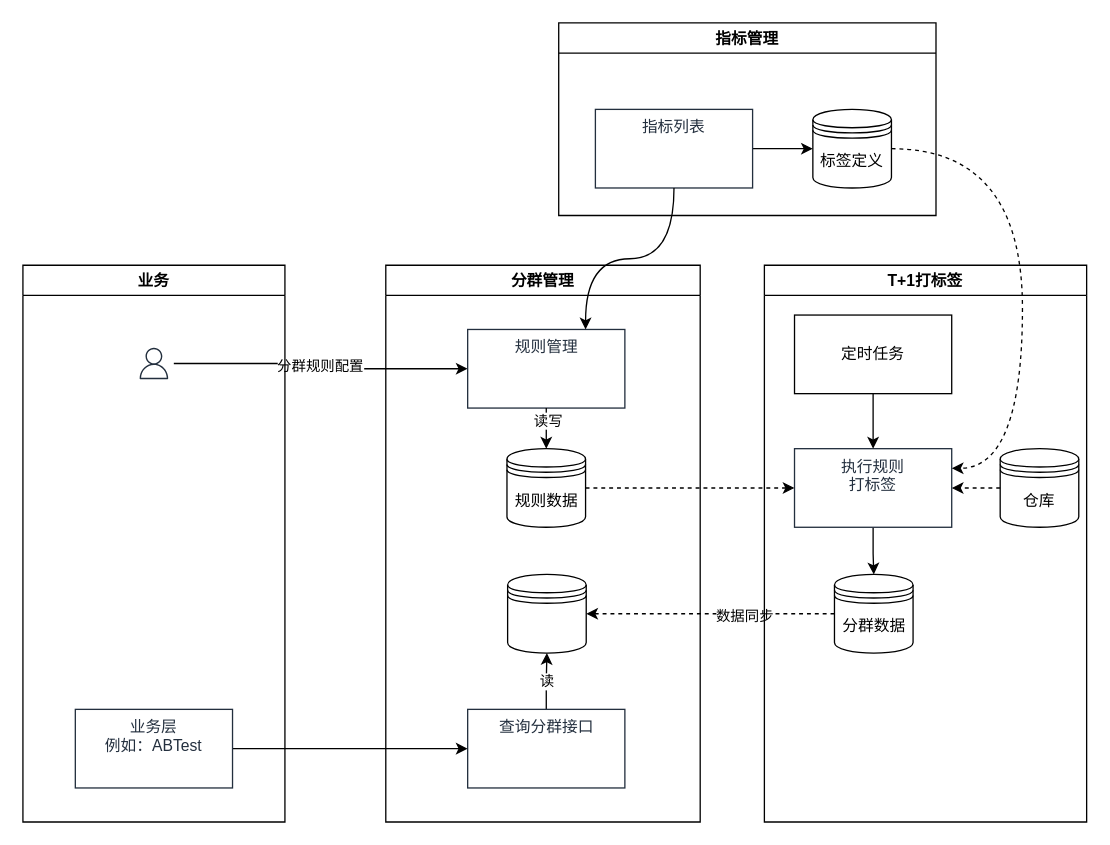
The draw.io diagram page "第 2 页" (1 of 2) of 用户分群.drawio in chenjinying1988/diagrams, before the edit. Source tidied: cells renumbered, new cells numbered last; positions are measured from the earlier drawing's top-left corner, leaving out a move shared by most shapes. Both pictures are drawn from the tidied source at 131%, with x=0, y=0 at pixel (22, 22).
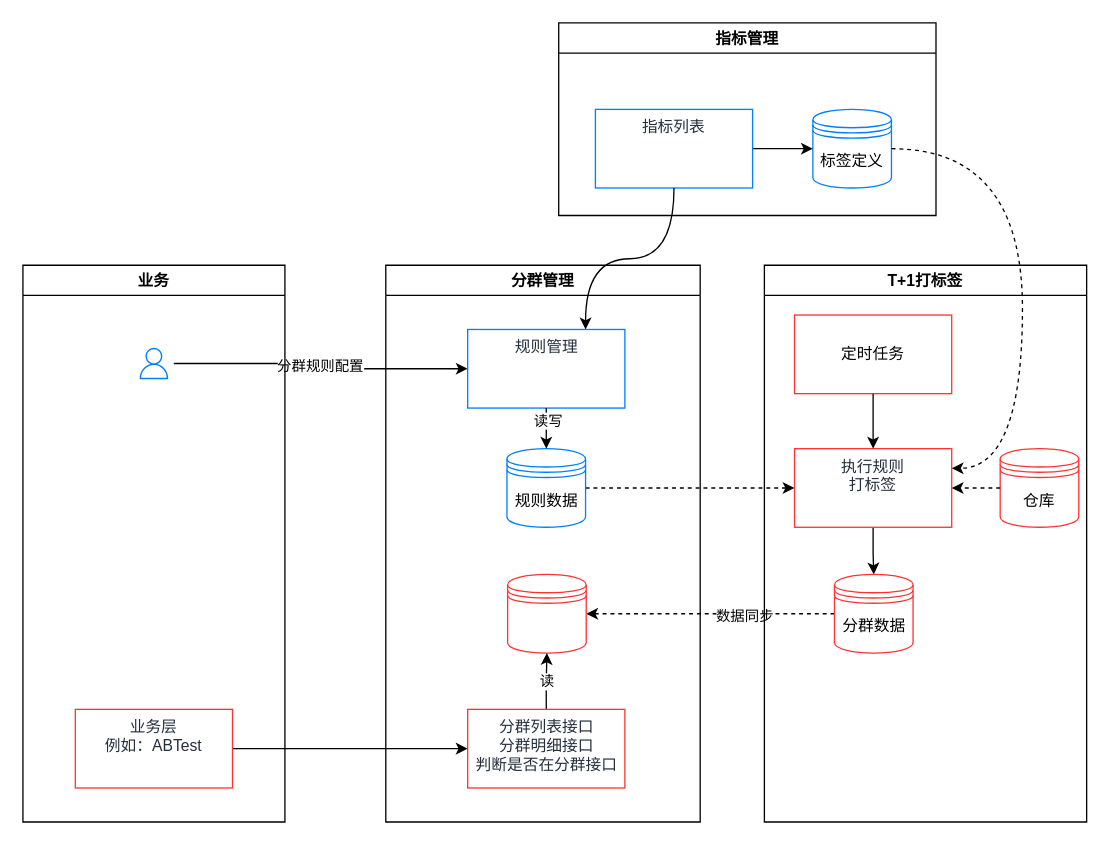
The same diagram, later.

Commit message:
更新用户分群.drawio

The change refers to these unchanged cells:
```xml
<mxCell id="7" value="分群管理" style="swimlane;" parent="1" vertex="1">
  <mxGeometry x="277" y="185" width="240" height="425" as="geometry" />
</mxCell>
<mxCell id="16" value="业务" style="swimlane;" parent="1" vertex="1">
  <mxGeometry y="185" width="200" height="425" as="geometry" />
</mxCell>
<mxCell id="19" value="T+1打标签" style="swimlane;" parent="1" vertex="1">
  <mxGeometry x="566" y="185" width="246" height="425" as="geometry" />
</mxCell>
<mxCell id="27" value="指标管理" style="swimlane;" parent="1" vertex="1">
  <mxGeometry x="409" width="288" height="147" as="geometry" />
</mxCell>
```

Change to the diagram source:
```diff
@@
-    <mxCell id="8" value="规则管理" style="whiteSpace=wrap;html=1;verticalAlign=top;fillColor=#ffffff;strokeColor=#232F3E;fontColor=#232F3E;sketch=0;gradientColor=none;dashed=0;fontStyle=0;strokeWidth=1;" parent="7" vertex="1">
+    <mxCell id="8" value="规则管理" style="whiteSpace=wrap;html=1;verticalAlign=top;fillColor=#ffffff;strokeColor=#007FFF;fontColor=#232F3E;sketch=0;gradientColor=none;dashed=0;fontStyle=0;strokeWidth=1;" parent="7" vertex="1">
       <mxGeometry x="62.5" y="49" width="120" height="60" as="geometry" />
     </mxCell>
-    <mxCell id="9" value="规则数据" style="shape=datastore;whiteSpace=wrap;html=1;" parent="7" vertex="1">
+    <mxCell id="9" value="规则数据" style="shape=datastore;whiteSpace=wrap;html=1;strokeColor=#007FFF;" parent="7" vertex="1">
       <mxGeometry x="92.5" y="140" width="60" height="60" as="geometry" />
     </mxCell>
@@
-    <mxCell id="12" style="shape=datastore;whiteSpace=wrap;html=1;" parent="7" vertex="1">
+    <mxCell id="12" style="shape=datastore;whiteSpace=wrap;html=1;strokeColor=#FF3333;" parent="7" vertex="1">
       <mxGeometry x="93" y="236" width="60" height="60" as="geometry" />
     </mxCell>
@@
-    <mxCell id="14" value="查询分群接口" style="whiteSpace=wrap;html=1;verticalAlign=top;fillColor=#ffffff;strokeColor=#232F3E;fontColor=#232F3E;sketch=0;gradientColor=none;dashed=0;fontStyle=0;strokeWidth=1;" parent="7" vertex="1">
+    <mxCell id="14" value="分群列表接口&lt;br&gt;分群明细接口&lt;br&gt;判断是否在分群接口" style="whiteSpace=wrap;html=1;verticalAlign=top;fillColor=#ffffff;strokeColor=#FF3333;fontColor=#232F3E;sketch=0;gradientColor=none;dashed=0;fontStyle=0;strokeWidth=1;" parent="7" vertex="1">
       <mxGeometry x="62.5" y="339" width="120" height="60" as="geometry" />
     </mxCell>
@@
-    <mxCell id="17" value="业务层&lt;br&gt;例如：ABTest" style="whiteSpace=wrap;html=1;verticalAlign=top;fillColor=#ffffff;strokeColor=#232F3E;fontColor=#232F3E;sketch=0;gradientColor=none;dashed=0;fontStyle=0;strokeWidth=1;" parent="16" vertex="1">
+    <mxCell id="17" value="业务层&lt;br&gt;例如：ABTest" style="whiteSpace=wrap;html=1;verticalAlign=top;fillColor=#ffffff;strokeColor=#FF3333;fontColor=#232F3E;sketch=0;gradientColor=none;dashed=0;fontStyle=0;strokeWidth=1;" parent="16" vertex="1">
       <mxGeometry x="40" y="339" width="120" height="60" as="geometry" />
     </mxCell>
-    <mxCell id="18" style="sketch=0;outlineConnect=0;fontColor=#232F3E;gradientColor=none;strokeColor=#232F3E;fillColor=#ffffff;dashed=0;verticalLabelPosition=bottom;verticalAlign=top;align=center;html=1;fontSize=12;fontStyle=0;shape=mxgraph.aws4.resourceIcon;resIcon=mxgraph.aws4.user;strokeWidth=1;" parent="16" vertex="1">
+    <mxCell id="18" style="sketch=0;outlineConnect=0;fontColor=#232F3E;gradientColor=none;strokeColor=#007FFF;fillColor=#ffffff;dashed=0;verticalLabelPosition=bottom;verticalAlign=top;align=center;html=1;fontSize=12;fontStyle=0;shape=mxgraph.aws4.resourceIcon;resIcon=mxgraph.aws4.user;strokeWidth=1;" parent="16" vertex="1">
       <mxGeometry x="85" y="60" width="30" height="30" as="geometry" />
     </mxCell>
@@
-    <mxCell id="21" value="执行规则&lt;br&gt;打标签" style="whiteSpace=wrap;html=1;verticalAlign=top;fillColor=#ffffff;strokeColor=#232F3E;fontColor=#232F3E;sketch=0;gradientColor=none;dashed=0;fontStyle=0;strokeWidth=1;" parent="19" vertex="1">
+    <mxCell id="21" value="执行规则&lt;br&gt;打标签" style="whiteSpace=wrap;html=1;verticalAlign=top;fillColor=#ffffff;strokeColor=#FF3333;fontColor=#232F3E;sketch=0;gradientColor=none;dashed=0;fontStyle=0;strokeWidth=1;" parent="19" vertex="1">
       <mxGeometry x="23" y="140" width="120" height="60" as="geometry" />
     </mxCell>
-    <mxCell id="22" value="仓库" style="shape=datastore;whiteSpace=wrap;html=1;" parent="19" vertex="1">
+    <mxCell id="22" value="仓库" style="shape=datastore;whiteSpace=wrap;html=1;strokeColor=#FF3333;" parent="19" vertex="1">
       <mxGeometry x="180" y="140" width="60" height="60" as="geometry" />
     </mxCell>
-    <mxCell id="23" value="分群数据" style="shape=datastore;whiteSpace=wrap;html=1;" parent="19" vertex="1">
+    <mxCell id="23" value="分群数据" style="shape=datastore;whiteSpace=wrap;html=1;strokeColor=#FF3333;" parent="19" vertex="1">
       <mxGeometry x="53.5" y="236" width="60" height="60" as="geometry" />
     </mxCell>
@@
-    <mxCell id="25" value="定时任务" style="rounded=0;whiteSpace=wrap;html=1;" parent="19" vertex="1">
+    <mxCell id="25" value="定时任务" style="rounded=0;whiteSpace=wrap;html=1;strokeColor=#FF3333;" parent="19" vertex="1">
       <mxGeometry x="23" y="38" width="120" height="60" as="geometry" />
     </mxCell>
@@
-    <mxCell id="28" value="标签定义" style="shape=datastore;whiteSpace=wrap;html=1;" parent="27" vertex="1">
+    <mxCell id="28" value="标签定义" style="shape=datastore;whiteSpace=wrap;html=1;strokeColor=#007FFF;" parent="27" vertex="1">
       <mxGeometry x="194" y="66" width="60" height="60" as="geometry" />
     </mxCell>
@@
-    <mxCell id="30" value="指标列表" style="whiteSpace=wrap;html=1;verticalAlign=top;fillColor=#ffffff;strokeColor=#232F3E;fontColor=#232F3E;sketch=0;gradientColor=none;dashed=0;fontStyle=0;strokeWidth=1;" parent="27" vertex="1">
+    <mxCell id="30" value="指标列表" style="whiteSpace=wrap;html=1;verticalAlign=top;fillColor=#ffffff;strokeColor=#007FFF;fontColor=#232F3E;sketch=0;gradientColor=none;dashed=0;fontStyle=0;strokeWidth=1;" parent="27" vertex="1">
       <mxGeometry x="28" y="66" width="120" height="60" as="geometry" />
     </mxCell>
```
